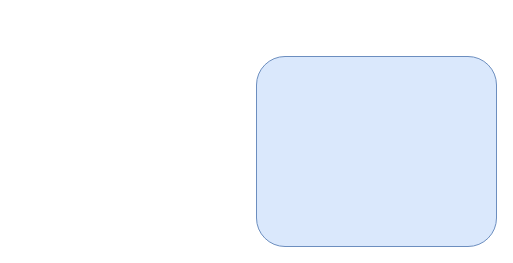
The draw.io diagram ClassesD.drawio in ICOnce/2D3D, before the edit. Source tidied: cells renumbered, new cells numbered last; positions are measured from the earlier drawing's top-left corner, leaving out a move shared by most shapes. Both pictures are drawn from the tidied source at 100%, with x=0, y=0 at pixel (256, 56).
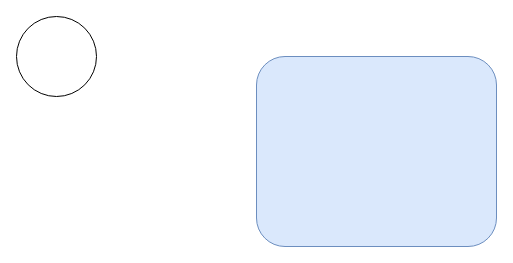
After the change.

Diff of the diagram source:
```diff
@@
 <mxGraphModel>
   <root>
     <mxCell id="0" />
     <mxCell id="1" parent="0" />
     <mxCell id="2" style="rounded=1;whiteSpace=wrap;html=1;fillColor=#dae8fc;strokeColor=#6c8ebf;" parent="1" vertex="1">
       <mxGeometry width="240" height="190" as="geometry" />
     </mxCell>
+    <mxCell id="3" style="ellipse;whiteSpace=wrap;html=1;" parent="1" vertex="1">
+      <mxGeometry x="-240" y="-40" width="80" height="80" as="geometry" />
+    </mxCell>
   </root>
 </mxGraphModel>
```
